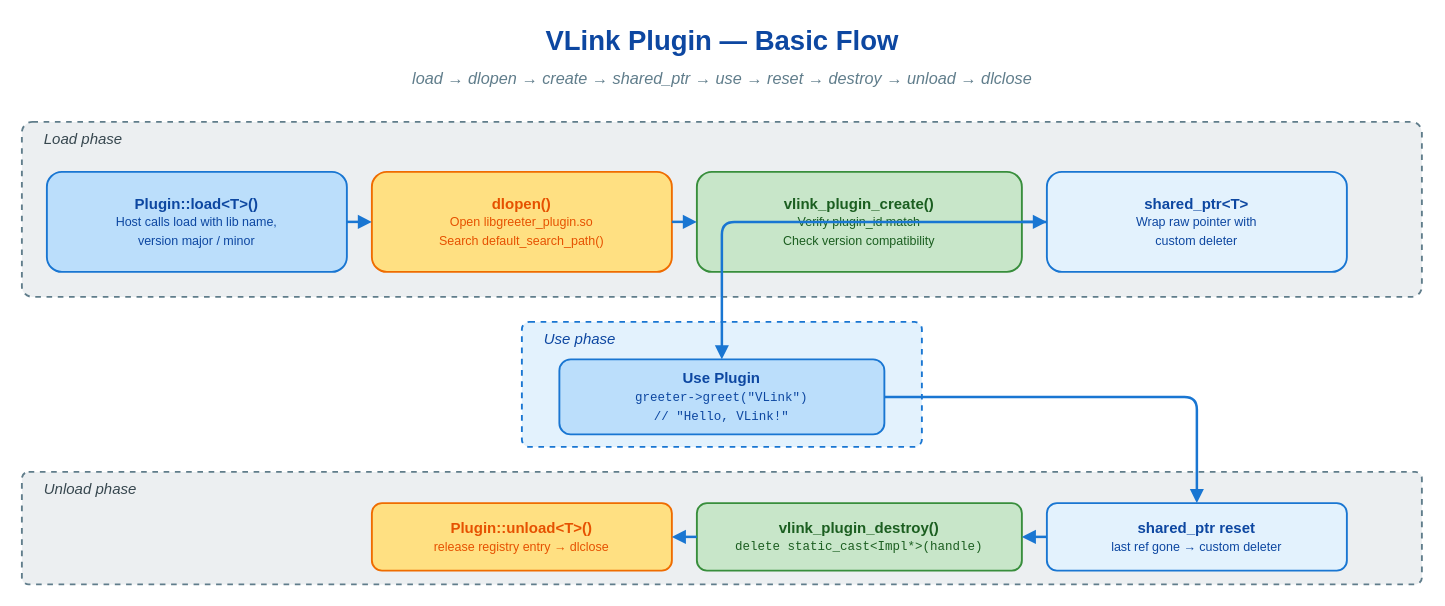
Earlier version of the draw.io diagram examples/plugin/plugin_basic/images/plugin-basic-flow.drawio (thun-res/vlink). Source tidied: cells renumbered, new cells numbered last; positions are measured from the earlier drawing's top-left corner, leaving out a move shared by most shapes. Both pictures are drawn from the tidied source at 125%, with x=0, y=0 at pixel (21, 21).
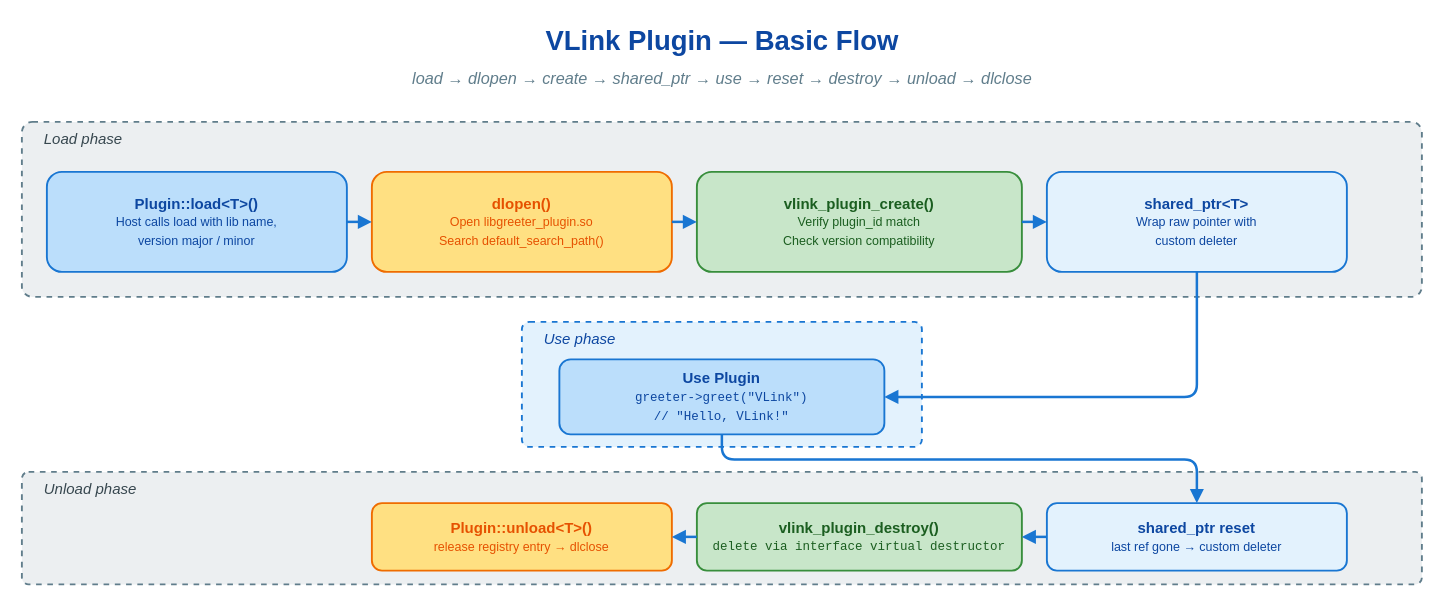
The same diagram, later.

Commit message (it also covers changes not shown here):
fix(base): preserve plugin interface offsets and virtual destruction

Unchanged cells that the change refers to:
```xml
<mxCell id="9" value="&lt;b&gt;shared_ptr&amp;lt;T&amp;gt;&lt;/b&gt;&lt;br/&gt;&lt;span style=&quot;font-size:10px&quot;&gt;Wrap raw pointer with&lt;br/&gt;custom deleter&lt;/span&gt;" style="rounded=1;whiteSpace=wrap;html=1;fillColor=#e3f2fd;strokeColor=#1976d2;strokeWidth=1.5;fontFamily=Helvetica;fontSize=12;fontColor=#0d47a1;shadow=0;" parent="1" vertex="1">
  <mxGeometry x="820" y="120" width="240" height="80" as="geometry" />
</mxCell>
<mxCell id="15" value="&lt;b&gt;Use Plugin&lt;/b&gt;&lt;br/&gt;&lt;span style=&quot;font-size:10px;font-family:Courier New;&quot;&gt;greeter-&amp;gt;greet(&quot;VLink&quot;)&lt;br/&gt;// &quot;Hello, VLink!&quot;&lt;/span&gt;" style="rounded=1;whiteSpace=wrap;html=1;fillColor=#bbdefb;strokeColor=#1976d2;strokeWidth=1.5;fontFamily=Helvetica;fontSize=12;fontColor=#0d47a1;shadow=0;" parent="1" vertex="1">
  <mxGeometry x="430" y="270" width="260" height="60" as="geometry" />
</mxCell>
<mxCell id="19" value="&lt;b&gt;shared_ptr reset&lt;/b&gt;&lt;br/&gt;&lt;span style=&quot;font-size:10px&quot;&gt;last ref gone → custom deleter&lt;/span&gt;" style="rounded=1;whiteSpace=wrap;html=1;fillColor=#e3f2fd;strokeColor=#1976d2;strokeWidth=1.5;fontFamily=Helvetica;fontSize=12;fontColor=#0d47a1;shadow=0;" parent="1" vertex="1">
  <mxGeometry x="820" y="385" width="240" height="54" as="geometry" />
</mxCell>
```

The edit, as a diff of the source:
```diff
@@
-    <mxCell id="16" style="edgeStyle=orthogonalEdgeStyle;endArrow=block;endFill=1;html=1;strokeWidth=2;strokeColor=#1976d2;rounded=1;fontFamily=Helvetica;shadow=0;" parent="1" edge="1" source="9" target="15">
-      <mxGeometry relative="1" as="geometry" />
+    <mxCell id="16" style="edgeStyle=orthogonalEdgeStyle;endArrow=block;endFill=1;html=1;strokeWidth=2;strokeColor=#1976d2;rounded=1;fontFamily=Helvetica;shadow=0;exitX=0.5;exitY=1;exitDx=0;exitDy=0;entryX=1;entryY=0.5;entryDx=0;entryDy=0;" parent="1" edge="1" source="9" target="15">
+      <mxGeometry relative="1" as="geometry">
+        <Array as="points">
+          <mxPoint x="940" y="300" />
+        </Array>
+      </mxGeometry>
     </mxCell>
@@
-    <mxCell id="20" value="&lt;b&gt;vlink_plugin_destroy()&lt;/b&gt;&lt;br/&gt;&lt;span style=&quot;font-size:10px;font-family:Courier New;&quot;&gt;delete static_cast&amp;lt;Impl*&amp;gt;(handle)&lt;/span&gt;" style="rounded=1;whiteSpace=wrap;html=1;fillColor=#c8e6c9;strokeColor=#388e3c;strokeWidth=1.5;fontFamily=Helvetica;fontSize=12;fontColor=#1b5e20;shadow=0;" parent="1" vertex="1">
+    <mxCell id="20" value="&lt;b&gt;vlink_plugin_destroy()&lt;/b&gt;&lt;br/&gt;&lt;span style=&quot;font-size:10px;font-family:Courier New;&quot;&gt;delete via interface virtual destructor&lt;/span&gt;" style="rounded=1;whiteSpace=wrap;html=1;fillColor=#c8e6c9;strokeColor=#388e3c;strokeWidth=1.5;fontFamily=Helvetica;fontSize=12;fontColor=#1b5e20;shadow=0;" parent="1" vertex="1">
       <mxGeometry x="540" y="385" width="260" height="54" as="geometry" />
     </mxCell>
@@
-    <mxCell id="22" style="edgeStyle=orthogonalEdgeStyle;endArrow=block;endFill=1;html=1;strokeWidth=2;strokeColor=#1976d2;rounded=1;fontFamily=Helvetica;shadow=0;exitX=1;exitY=0.5;exitDx=0;exitDy=0;entryX=0.5;entryY=0;entryDx=0;entryDy=0;" parent="1" edge="1" source="15" target="19">
-      <mxGeometry relative="1" as="geometry" />
+    <mxCell id="22" style="edgeStyle=orthogonalEdgeStyle;endArrow=block;endFill=1;html=1;strokeWidth=2;strokeColor=#1976d2;rounded=1;fontFamily=Helvetica;shadow=0;exitX=0.5;exitY=1;exitDx=0;exitDy=0;entryX=0.5;entryY=0;entryDx=0;entryDy=0;" parent="1" edge="1" source="15" target="19">
+      <mxGeometry relative="1" as="geometry">
+        <Array as="points">
+          <mxPoint x="560" y="350" />
+          <mxPoint x="940" y="350" />
+        </Array>
+      </mxGeometry>
     </mxCell>
```
